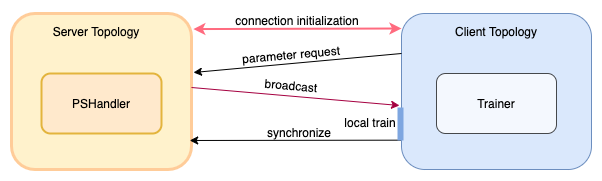
This is docs/imgs/fedlab-asychronous.png from SMILELab-FL/FedLab, a draw.io export, as it was before one commit. Source tidied: cells renumbered, new cells last; positions are measured from the earlier drawing's top-left corner, leaving out a move shared by most shapes. Source of this version:
```xml
<mxGraphModel>
  <root>
    <mxCell id="0" />
    <mxCell id="1" parent="0" />
    <mxCell id="2" style="rounded=1;whiteSpace=wrap;html=1;fillColor=#fff2cc;strokeColor=#FFCC99;strokeWidth=3;" parent="1" vertex="1">
      <mxGeometry y="3" width="180" height="156" as="geometry" />
    </mxCell>
    <mxCell id="3" value="Server Topology" style="text;html=1;strokeColor=none;fillColor=none;align=center;verticalAlign=middle;whiteSpace=wrap;rounded=0;" parent="1" vertex="1">
      <mxGeometry x="20" y="11" width="130" height="20" as="geometry" />
    </mxCell>
    <mxCell id="4" style="rounded=1;whiteSpace=wrap;html=1;fillColor=#dae8fc;strokeColor=#6c8ebf;" parent="1" vertex="1">
      <mxGeometry x="390" y="3" width="190" height="156" as="geometry" />
    </mxCell>
    <mxCell id="5" value="Client Topology" style="text;html=1;strokeColor=none;fillColor=none;align=center;verticalAlign=middle;whiteSpace=wrap;rounded=1;" parent="1" vertex="1">
      <mxGeometry x="390" y="11" width="190" height="20" as="geometry" />
    </mxCell>
    <mxCell id="6" style="endArrow=classic;html=1;fillColor=#d80073;strokeColor=#A50040;exitX=1;exitY=0.5;exitDx=0;exitDy=0;" parent="1" edge="1">
      <mxGeometry relative="1" as="geometry">
        <mxPoint x="180" y="77" as="sourcePoint" />
        <mxPoint x="388" y="95" as="targetPoint" />
      </mxGeometry>
    </mxCell>
    <mxCell id="7" style="endArrow=classic;html=1;exitX=-0.004;exitY=0.812;exitDx=0;exitDy=0;entryX=0.99;entryY=0.814;entryDx=0;entryDy=0;entryPerimeter=0;exitPerimeter=0;" parent="1" edge="1" source="4" target="2">
      <mxGeometry relative="1" as="geometry" />
    </mxCell>
    <mxCell id="8" value="synchronize" style="text;html=1;strokeColor=none;fillColor=none;align=center;verticalAlign=middle;whiteSpace=wrap;rounded=0;shadow=0;glass=0;dashed=1;sketch=0;opacity=70;" parent="1" vertex="1">
      <mxGeometry x="243" y="112" width="90" height="20" as="geometry" />
    </mxCell>
    <mxCell id="9" value="PSHandler" style="rounded=1;whiteSpace=wrap;html=1;shadow=0;glass=0;sketch=0;strokeColor=#d79b00;fillColor=#ffe6cc;opacity=70;strokeWidth=2;" parent="1" vertex="1">
      <mxGeometry x="30" y="63" width="120" height="60" as="geometry" />
    </mxCell>
    <mxCell id="10" value="Trainer" style="rounded=1;whiteSpace=wrap;html=1;shadow=0;glass=0;sketch=0;opacity=70;" parent="1" vertex="1">
      <mxGeometry x="425" y="63" width="120" height="60" as="geometry" />
    </mxCell>
    <mxCell id="11" value="connection initialization" style="text;html=1;strokeColor=none;fillColor=none;align=center;verticalAlign=middle;whiteSpace=wrap;rounded=0;" parent="1" vertex="1">
      <mxGeometry x="201" width="170" height="20" as="geometry" />
    </mxCell>
    <mxCell id="12" style="endArrow=classic;startArrow=classic;html=1;entryX=0;entryY=0.25;entryDx=0;entryDy=0;exitX=1.01;exitY=0.087;exitDx=0;exitDy=0;exitPerimeter=0;fillColor=#d80073;strokeWidth=2;strokeColor=#FF6B7F;" parent="1" edge="1">
      <mxGeometry relative="1" as="geometry">
        <mxPoint x="181.8" y="18.6" as="sourcePoint" />
        <mxPoint x="390" y="18" as="targetPoint" />
      </mxGeometry>
    </mxCell>
    <mxCell id="13" value="broadcast" style="text;html=1;strokeColor=none;fillColor=none;align=center;verticalAlign=middle;whiteSpace=wrap;rounded=0;rotation=5;" parent="1" vertex="1">
      <mxGeometry x="240" y="65" width="80" height="20" as="geometry" />
    </mxCell>
    <mxCell id="14" style="endArrow=none;html=1;strokeWidth=6;strokeColor=#7EA6E0;" parent="1" edge="1">
      <mxGeometry relative="1" as="geometry">
        <mxPoint x="389" y="130" as="sourcePoint" />
        <mxPoint x="389" y="97" as="targetPoint" />
      </mxGeometry>
    </mxCell>
    <mxCell id="15" value="local train" style="text;html=1;strokeColor=none;fillColor=none;align=center;verticalAlign=middle;whiteSpace=wrap;rounded=0;" parent="1" vertex="1">
      <mxGeometry x="314" y="102" width="90" height="20" as="geometry" />
    </mxCell>
    <mxCell id="16" style="endArrow=classic;html=1;exitX=0;exitY=0.25;exitDx=0;exitDy=0;" parent="1" edge="1">
      <mxGeometry x="292" y="253.9" as="geometry">
        <mxPoint x="390" y="43" as="sourcePoint" />
        <mxPoint x="182" y="62" as="targetPoint" />
      </mxGeometry>
    </mxCell>
    <mxCell id="17" value="parameter request" style="text;html=1;strokeColor=none;fillColor=none;align=center;verticalAlign=middle;whiteSpace=wrap;rounded=0;rotation=-5;" parent="1" vertex="1">
      <mxGeometry x="210" y="34" width="140" height="20" as="geometry" />
    </mxCell>
  </root>
</mxGraphModel>
```
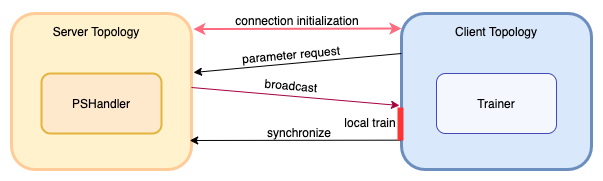
Later version of the same file.

The edit, as a diff of the source:
```diff
@@ -2,13 +2,16 @@
   <root>
     <mxCell id="0" />
     <mxCell id="1" parent="0" />
+    <mxCell id="15" value="local train" style="text;html=1;strokeColor=none;fillColor=none;align=center;verticalAlign=middle;whiteSpace=wrap;rounded=0;" parent="1" vertex="1">
+      <mxGeometry x="314" y="102" width="90" height="20" as="geometry" />
+    </mxCell>
     <mxCell id="2" style="rounded=1;whiteSpace=wrap;html=1;fillColor=#fff2cc;strokeColor=#FFCC99;strokeWidth=3;" parent="1" vertex="1">
       <mxGeometry y="3" width="180" height="156" as="geometry" />
     </mxCell>
     <mxCell id="3" value="Server Topology" style="text;html=1;strokeColor=none;fillColor=none;align=center;verticalAlign=middle;whiteSpace=wrap;rounded=0;" parent="1" vertex="1">
       <mxGeometry x="20" y="11" width="130" height="20" as="geometry" />
     </mxCell>
-    <mxCell id="4" style="rounded=1;whiteSpace=wrap;html=1;fillColor=#dae8fc;strokeColor=#6c8ebf;" parent="1" vertex="1">
+    <mxCell id="4" style="rounded=1;whiteSpace=wrap;html=1;fillColor=#dae8fc;strokeColor=#6c8ebf;strokeWidth=3;" parent="1" vertex="1">
       <mxGeometry x="390" y="3" width="190" height="156" as="geometry" />
     </mxCell>
     <mxCell id="5" value="Client Topology" style="text;html=1;strokeColor=none;fillColor=none;align=center;verticalAlign=middle;whiteSpace=wrap;rounded=1;" parent="1" vertex="1">
@@ -29,7 +32,7 @@
     <mxCell id="9" value="PSHandler" style="rounded=1;whiteSpace=wrap;html=1;shadow=0;glass=0;sketch=0;strokeColor=#d79b00;fillColor=#ffe6cc;opacity=70;strokeWidth=2;" parent="1" vertex="1">
       <mxGeometry x="30" y="63" width="120" height="60" as="geometry" />
     </mxCell>
-    <mxCell id="10" value="Trainer" style="rounded=1;whiteSpace=wrap;html=1;shadow=0;glass=0;sketch=0;opacity=70;" parent="1" vertex="1">
+    <mxCell id="10" value="Trainer" style="rounded=1;whiteSpace=wrap;html=1;shadow=0;glass=0;sketch=0;opacity=70;strokeColor=#000099;" parent="1" vertex="1">
       <mxGeometry x="425" y="63" width="120" height="60" as="geometry" />
     </mxCell>
     <mxCell id="11" value="connection initialization" style="text;html=1;strokeColor=none;fillColor=none;align=center;verticalAlign=middle;whiteSpace=wrap;rounded=0;" parent="1" vertex="1">
@@ -44,15 +47,12 @@
     <mxCell id="13" value="broadcast" style="text;html=1;strokeColor=none;fillColor=none;align=center;verticalAlign=middle;whiteSpace=wrap;rounded=0;rotation=5;" parent="1" vertex="1">
       <mxGeometry x="240" y="65" width="80" height="20" as="geometry" />
     </mxCell>
-    <mxCell id="14" style="endArrow=none;html=1;strokeWidth=6;strokeColor=#7EA6E0;" parent="1" edge="1">
+    <mxCell id="14" style="endArrow=none;html=1;strokeWidth=6;strokeColor=#FF3333;" parent="1" edge="1">
       <mxGeometry relative="1" as="geometry">
         <mxPoint x="389" y="130" as="sourcePoint" />
         <mxPoint x="389" y="97" as="targetPoint" />
       </mxGeometry>
     </mxCell>
-    <mxCell id="15" value="local train" style="text;html=1;strokeColor=none;fillColor=none;align=center;verticalAlign=middle;whiteSpace=wrap;rounded=0;" parent="1" vertex="1">
-      <mxGeometry x="314" y="102" width="90" height="20" as="geometry" />
-    </mxCell>
     <mxCell id="16" style="endArrow=classic;html=1;exitX=0;exitY=0.25;exitDx=0;exitDy=0;" parent="1" edge="1">
       <mxGeometry x="292" y="253.9" as="geometry">
         <mxPoint x="390" y="43" as="sourcePoint" />
```
